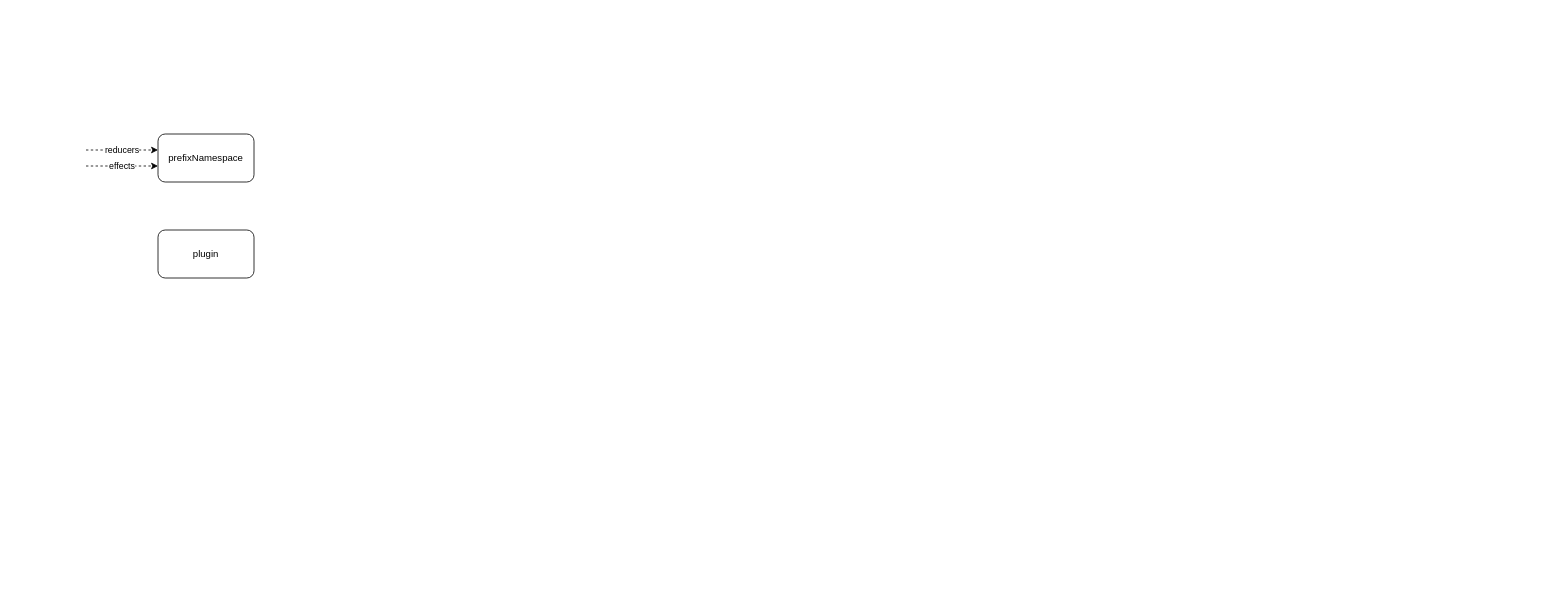
This is page "dva-index" (1 of 4) of background-flutter/other/dva.drawio from hexipei/draw.io, a draw.io file, before an edit. Source tidied: cells renumbered, new cells numbered last; positions are measured from the earlier drawing's top-left corner, leaving out a move shared by most shapes. Both pictures are drawn from the tidied source at 80%, with x=0, y=0 at pixel (86, 134).
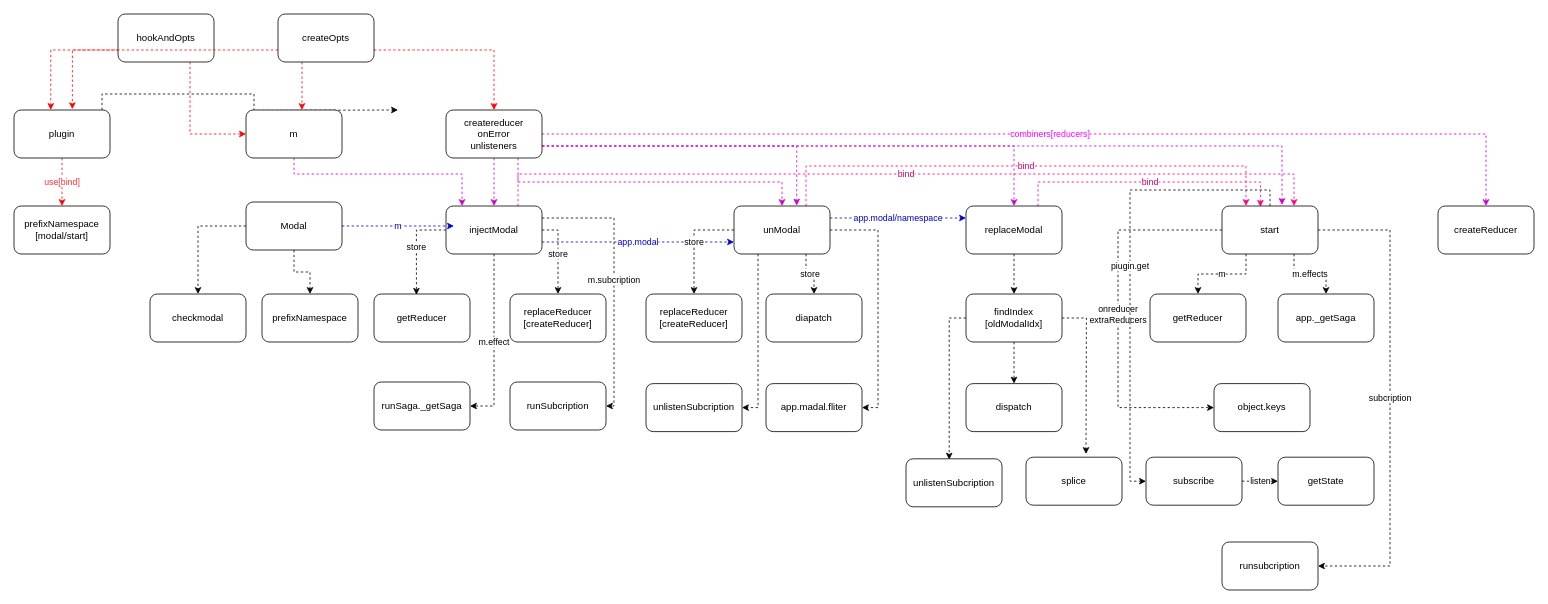
The same page after the edit.

The edit, as a diff of the source:
```diff
@@
+    <mxCell id="6" value="use[bind]" style="edgeStyle=orthogonalEdgeStyle;rounded=0;jettySize=auto;html=1;exitX=0.5;exitY=1;exitDx=0;exitDy=0;entryX=0.5;entryY=0;entryDx=0;entryDy=0;dashed=1;strokeColor=#FF0000;fontColor=#FF3333;" parent="1" edge="1" source="5" target="15">
+      <mxGeometry relative="1" as="geometry" />
+    </mxCell>
+    <mxCell id="7" style="edgeStyle=orthogonalEdgeStyle;rounded=0;jettySize=auto;html=1;exitX=0.917;exitY=0;exitDx=0;exitDy=0;entryX=0.25;entryY=0;entryDx=0;entryDy=0;dashed=1;exitPerimeter=0;" parent="1" edge="1" source="5">
+      <mxGeometry relative="1" as="geometry">
+        <mxPoint x="390" y="-30" as="targetPoint" />
+      </mxGeometry>
+    </mxCell>
+    <mxCell id="5" value="plugin" style="rounded=1;whiteSpace=wrap;html=1;" parent="1" vertex="1">
+      <mxGeometry x="-90" y="-30" width="120" height="60" as="geometry" />
+    </mxCell>
+    <mxCell id="8" style="edgeStyle=orthogonalEdgeStyle;rounded=0;jettySize=auto;html=1;exitX=0;exitY=0.75;exitDx=0;exitDy=0;entryX=0.383;entryY=0;entryDx=0;entryDy=0;entryPerimeter=0;dashed=1;fontColor=#FF3333;strokeColor=#FF0000;" parent="1" edge="1" source="10" target="5">
+      <mxGeometry relative="1" as="geometry" />
+    </mxCell>
+    <mxCell id="9" style="edgeStyle=orthogonalEdgeStyle;rounded=0;jettySize=auto;html=1;exitX=0.75;exitY=1;exitDx=0;exitDy=0;entryX=0;entryY=0.5;entryDx=0;entryDy=0;dashed=1;fontColor=#FF3333;strokeColor=#FF0000;" parent="1" edge="1" source="10" target="17">
+      <mxGeometry relative="1" as="geometry" />
+    </mxCell>
+    <mxCell id="10" value="hookAndOpts" style="rounded=1;whiteSpace=wrap;html=1;" parent="1" vertex="1">
+      <mxGeometry x="40" y="-150" width="120" height="60" as="geometry" />
+    </mxCell>
+    <mxCell id="11" style="edgeStyle=orthogonalEdgeStyle;rounded=0;jettySize=auto;html=1;exitX=0;exitY=0.75;exitDx=0;exitDy=0;entryX=0.608;entryY=-0.017;entryDx=0;entryDy=0;entryPerimeter=0;dashed=1;fontColor=#FF3333;strokeColor=#FF0000;" parent="1" edge="1" source="14" target="5">
+      <mxGeometry relative="1" as="geometry" />
+    </mxCell>
+    <mxCell id="12" style="edgeStyle=orthogonalEdgeStyle;rounded=0;jettySize=auto;html=1;exitX=0.25;exitY=1;exitDx=0;exitDy=0;entryX=0.583;entryY=0;entryDx=0;entryDy=0;entryPerimeter=0;dashed=1;fontColor=#FF3333;strokeColor=#FF0000;" parent="1" edge="1" source="14" target="17">
+      <mxGeometry relative="1" as="geometry" />
+    </mxCell>
+    <mxCell id="13" style="edgeStyle=orthogonalEdgeStyle;rounded=0;jettySize=auto;html=1;exitX=1;exitY=0.75;exitDx=0;exitDy=0;entryX=0.5;entryY=0;entryDx=0;entryDy=0;dashed=1;strokeColor=#FF0000;fontColor=#FF3333;" parent="1" edge="1" source="14" target="31">
+      <mxGeometry relative="1" as="geometry" />
+    </mxCell>
+    <mxCell id="14" value="createOpts" style="rounded=1;whiteSpace=wrap;html=1;" parent="1" vertex="1">
+      <mxGeometry x="240" y="-150" width="120" height="60" as="geometry" />
+    </mxCell>
+    <mxCell id="15" value="prefixNamespace&lt;br&gt;[modal/start]" style="rounded=1;whiteSpace=wrap;html=1;" parent="1" vertex="1">
+      <mxGeometry x="-90" y="90" width="120" height="60" as="geometry" />
+    </mxCell>
     <mxCell id="2" value="prefixNamespace" style="rounded=1;whiteSpace=wrap;html=1;" parent="1" vertex="1">
-      <mxGeometry x="90" width="120" height="60" as="geometry" />
+      <mxGeometry x="220" y="200" width="120" height="60" as="geometry" />
     </mxCell>
-    <mxCell id="3" value="reducers" style="endArrow=classic;html=1;dashed=1;" parent="1" edge="1">
-      <mxGeometry relative="1" as="geometry">
-        <mxPoint y="20" as="sourcePoint" />
-        <mxPoint x="90" y="20" as="targetPoint" />
-      </mxGeometry>
-    </mxCell>
-    <mxCell id="4" value="effects" style="endArrow=classic;html=1;dashed=1;" parent="1" edge="1">
-      <mxGeometry relative="1" as="geometry">
-        <mxPoint y="40" as="sourcePoint" />
-        <mxPoint x="90" y="40" as="targetPoint" />
-      </mxGeometry>
-    </mxCell>
-    <mxCell id="5" value="plugin" style="rounded=1;whiteSpace=wrap;html=1;" parent="1" vertex="1">
-      <mxGeometry x="90" y="120" width="120" height="60" as="geometry" />
-    </mxCell>
+    <mxCell id="16" style="edgeStyle=orthogonalEdgeStyle;rounded=0;jettySize=auto;html=1;exitX=0.5;exitY=1;exitDx=0;exitDy=0;entryX=0.167;entryY=0;entryDx=0;entryDy=0;entryPerimeter=0;dashed=1;fontColor=#FF00FF;strokeColor=#CC00CC;" parent="1" edge="1" source="17" target="24">
+      <mxGeometry relative="1" as="geometry">
+        <Array as="points">
+          <mxPoint x="260" y="50" />
+          <mxPoint x="470" y="50" />
+        </Array>
+      </mxGeometry>
+    </mxCell>
+    <mxCell id="17" value="m" style="rounded=1;whiteSpace=wrap;html=1;" parent="1" vertex="1">
+      <mxGeometry x="200" y="-30" width="120" height="60" as="geometry" />
+    </mxCell>
+    <mxCell id="18" value="store" style="edgeStyle=orthogonalEdgeStyle;rounded=0;jettySize=auto;html=1;exitX=0;exitY=0.5;exitDx=0;exitDy=0;entryX=0.442;entryY=0.017;entryDx=0;entryDy=0;entryPerimeter=0;dashed=1;" parent="1" edge="1" source="24" target="32">
+      <mxGeometry relative="1" as="geometry" />
+    </mxCell>
+    <mxCell id="19" value="store" style="edgeStyle=orthogonalEdgeStyle;rounded=0;jettySize=auto;html=1;exitX=1;exitY=0.5;exitDx=0;exitDy=0;entryX=0.5;entryY=0;entryDx=0;entryDy=0;dashed=1;" parent="1" edge="1" source="24" target="33">
+      <mxGeometry relative="1" as="geometry" />
+    </mxCell>
+    <mxCell id="20" value="m.effect" style="edgeStyle=orthogonalEdgeStyle;rounded=0;jettySize=auto;html=1;exitX=0.5;exitY=1;exitDx=0;exitDy=0;entryX=1;entryY=0.5;entryDx=0;entryDy=0;dashed=1;" parent="1" edge="1" source="24" target="34">
+      <mxGeometry relative="1" as="geometry">
+        <Array as="points">
+          <mxPoint x="510" y="340" />
+        </Array>
+      </mxGeometry>
+    </mxCell>
+    <mxCell id="21" value="m.subcription" style="edgeStyle=orthogonalEdgeStyle;rounded=0;jettySize=auto;html=1;dashed=1;entryX=1;entryY=0.5;entryDx=0;entryDy=0;exitX=1;exitY=0.25;exitDx=0;exitDy=0;" parent="1" edge="1" source="24" target="35">
+      <mxGeometry relative="1" as="geometry">
+        <Array as="points">
+          <mxPoint x="660" y="105" />
+          <mxPoint x="660" y="340" />
+        </Array>
+      </mxGeometry>
+    </mxCell>
+    <mxCell id="22" value="app.modal" style="edgeStyle=orthogonalEdgeStyle;rounded=0;jettySize=auto;html=1;exitX=1;exitY=0.75;exitDx=0;exitDy=0;entryX=0;entryY=0.75;entryDx=0;entryDy=0;dashed=1;strokeColor=#0000CC;fontColor=#0000CC;" parent="1" edge="1" source="24" target="41">
+      <mxGeometry relative="1" as="geometry" />
+    </mxCell>
+    <mxCell id="23" value="bind" style="edgeStyle=orthogonalEdgeStyle;rounded=0;jettySize=auto;html=1;exitX=0.75;exitY=0;exitDx=0;exitDy=0;entryX=0.75;entryY=0;entryDx=0;entryDy=0;dashed=1;strokeColor=#FF0080;fontColor=#CC0066;" parent="1" edge="1" source="24" target="67">
+      <mxGeometry relative="1" as="geometry">
+        <Array as="points">
+          <mxPoint x="540" y="50" />
+          <mxPoint x="1510" y="50" />
+        </Array>
+      </mxGeometry>
+    </mxCell>
+    <mxCell id="24" value="injectModal" style="rounded=1;whiteSpace=wrap;html=1;" parent="1" vertex="1">
+      <mxGeometry x="450" y="90" width="120" height="60" as="geometry" />
+    </mxCell>
+    <mxCell id="25" style="edgeStyle=orthogonalEdgeStyle;rounded=0;jettySize=auto;html=1;exitX=0.5;exitY=1;exitDx=0;exitDy=0;entryX=0.5;entryY=0;entryDx=0;entryDy=0;dashed=1;fontColor=#FF00FF;strokeColor=#CC00CC;" parent="1" edge="1" source="31" target="24">
+      <mxGeometry relative="1" as="geometry" />
+    </mxCell>
+    <mxCell id="26" style="edgeStyle=orthogonalEdgeStyle;rounded=0;jettySize=auto;html=1;exitX=0.75;exitY=1;exitDx=0;exitDy=0;dashed=1;fontColor=#FF00FF;strokeColor=#CC00CC;" parent="1" edge="1" source="31" target="41">
+      <mxGeometry relative="1" as="geometry" />
+    </mxCell>
+    <mxCell id="27" value="combiners[reducers]" style="edgeStyle=orthogonalEdgeStyle;rounded=0;jettySize=auto;html=1;exitX=1;exitY=0.5;exitDx=0;exitDy=0;dashed=1;fontColor=#FF00FF;strokeColor=#CC00CC;" parent="1" edge="1" source="31" target="75">
+      <mxGeometry relative="1" as="geometry" />
+    </mxCell>
+    <mxCell id="28" style="edgeStyle=orthogonalEdgeStyle;rounded=0;jettySize=auto;html=1;exitX=1;exitY=0.75;exitDx=0;exitDy=0;entryX=0.653;entryY=-0.008;entryDx=0;entryDy=0;entryPerimeter=0;dashed=1;strokeColor=#CC00CC;fontColor=#FF00FF;" parent="1" edge="1" source="31" target="41">
+      <mxGeometry relative="1" as="geometry" />
+    </mxCell>
+    <mxCell id="29" style="edgeStyle=orthogonalEdgeStyle;rounded=0;jettySize=auto;html=1;exitX=1;exitY=0.75;exitDx=0;exitDy=0;entryX=0.5;entryY=0;entryDx=0;entryDy=0;dashed=1;strokeColor=#CC00CC;fontColor=#FF00FF;" parent="1" edge="1" source="31" target="49">
+      <mxGeometry relative="1" as="geometry" />
+    </mxCell>
+    <mxCell id="30" style="edgeStyle=orthogonalEdgeStyle;rounded=0;jettySize=auto;html=1;exitX=1;exitY=0.75;exitDx=0;exitDy=0;entryX=0.625;entryY=-0.022;entryDx=0;entryDy=0;entryPerimeter=0;dashed=1;strokeColor=#CC00CC;fontColor=#FF00FF;" parent="1" edge="1" source="31" target="67">
+      <mxGeometry relative="1" as="geometry" />
+    </mxCell>
+    <mxCell id="31" value="createreducer&lt;br&gt;onError&lt;br&gt;unlisteners" style="rounded=1;whiteSpace=wrap;html=1;" parent="1" vertex="1">
+      <mxGeometry x="450" y="-30" width="120" height="60" as="geometry" />
+    </mxCell>
+    <mxCell id="32" value="getReducer" style="rounded=1;whiteSpace=wrap;html=1;" parent="1" vertex="1">
+      <mxGeometry x="360" y="200" width="120" height="60" as="geometry" />
+    </mxCell>
+    <mxCell id="33" value="replaceReducer&lt;br&gt;[createReducer]" style="rounded=1;whiteSpace=wrap;html=1;" parent="1" vertex="1">
+      <mxGeometry x="530" y="200" width="120" height="60" as="geometry" />
+    </mxCell>
+    <mxCell id="34" value="runSaga._getSaga" style="rounded=1;whiteSpace=wrap;html=1;" parent="1" vertex="1">
+      <mxGeometry x="360" y="310" width="120" height="60" as="geometry" />
+    </mxCell>
+    <mxCell id="35" value="runSubcription" style="rounded=1;whiteSpace=wrap;html=1;" parent="1" vertex="1">
+      <mxGeometry x="530" y="310" width="120" height="60" as="geometry" />
+    </mxCell>
+    <mxCell id="36" value="store" style="edgeStyle=orthogonalEdgeStyle;rounded=0;jettySize=auto;html=1;exitX=0.75;exitY=1;exitDx=0;exitDy=0;entryX=0.5;entryY=0;entryDx=0;entryDy=0;dashed=1;" parent="1" edge="1" source="41" target="44">
+      <mxGeometry relative="1" as="geometry" />
+    </mxCell>
+    <mxCell id="37" style="edgeStyle=orthogonalEdgeStyle;rounded=0;jettySize=auto;html=1;exitX=0.25;exitY=1;exitDx=0;exitDy=0;entryX=1;entryY=0.5;entryDx=0;entryDy=0;dashed=1;" parent="1" edge="1" source="41" target="45">
+      <mxGeometry relative="1" as="geometry" />
+    </mxCell>
+    <mxCell id="38" style="edgeStyle=orthogonalEdgeStyle;rounded=0;jettySize=auto;html=1;exitX=1;exitY=0.5;exitDx=0;exitDy=0;entryX=1;entryY=0.5;entryDx=0;entryDy=0;dashed=1;" parent="1" edge="1" source="41" target="46">
+      <mxGeometry relative="1" as="geometry" />
+    </mxCell>
+    <mxCell id="39" value="app.modal/namespace" style="edgeStyle=orthogonalEdgeStyle;rounded=0;jettySize=auto;html=1;exitX=1;exitY=0.25;exitDx=0;exitDy=0;entryX=0;entryY=0.25;entryDx=0;entryDy=0;dashed=1;strokeColor=#0000CC;fontColor=#0000CC;" parent="1" edge="1" source="41" target="49">
+      <mxGeometry relative="1" as="geometry" />
+    </mxCell>
+    <mxCell id="40" value="bind" style="edgeStyle=orthogonalEdgeStyle;rounded=0;jettySize=auto;html=1;exitX=0.75;exitY=0;exitDx=0;exitDy=0;entryX=0.25;entryY=0;entryDx=0;entryDy=0;dashed=1;strokeColor=#FF0080;fontColor=#CC0066;" parent="1" edge="1" source="41" target="67">
+      <mxGeometry relative="1" as="geometry">
+        <Array as="points">
+          <mxPoint x="900" y="40" />
+          <mxPoint x="1450" y="40" />
+        </Array>
+      </mxGeometry>
+    </mxCell>
+    <mxCell id="41" value="unModal" style="rounded=1;whiteSpace=wrap;html=1;" parent="1" vertex="1">
+      <mxGeometry x="810" y="90" width="120" height="60" as="geometry" />
+    </mxCell>
+    <mxCell id="42" value="store" style="edgeStyle=orthogonalEdgeStyle;rounded=0;jettySize=auto;html=1;exitX=0;exitY=0.5;exitDx=0;exitDy=0;entryX=0.5;entryY=0;entryDx=0;entryDy=0;dashed=1;" parent="1" edge="1" source="41" target="43">
+      <mxGeometry relative="1" as="geometry" />
+    </mxCell>
+    <mxCell id="43" value="replaceReducer&lt;br&gt;[createReducer]" style="rounded=1;whiteSpace=wrap;html=1;" parent="1" vertex="1">
+      <mxGeometry x="700" y="200" width="120" height="60" as="geometry" />
+    </mxCell>
+    <mxCell id="44" value="diapatch" style="rounded=1;whiteSpace=wrap;html=1;" parent="1" vertex="1">
+      <mxGeometry x="850" y="200" width="120" height="60" as="geometry" />
+    </mxCell>
+    <mxCell id="45" value="unlistenSubcription" style="rounded=1;whiteSpace=wrap;html=1;" parent="1" vertex="1">
+      <mxGeometry x="700" y="312" width="120" height="60" as="geometry" />
+    </mxCell>
+    <mxCell id="46" value="app.madal.fliter" style="rounded=1;whiteSpace=wrap;html=1;" parent="1" vertex="1">
+      <mxGeometry x="850" y="312" width="120" height="60" as="geometry" />
+    </mxCell>
+    <mxCell id="47" style="edgeStyle=orthogonalEdgeStyle;rounded=0;jettySize=auto;html=1;exitX=0.5;exitY=1;exitDx=0;exitDy=0;entryX=0.5;entryY=0;entryDx=0;entryDy=0;dashed=1;" parent="1" edge="1" source="49" target="53">
+      <mxGeometry relative="1" as="geometry" />
+    </mxCell>
+    <mxCell id="48" value="bind" style="edgeStyle=orthogonalEdgeStyle;rounded=0;jettySize=auto;html=1;exitX=0.75;exitY=0;exitDx=0;exitDy=0;entryX=0.4;entryY=0.017;entryDx=0;entryDy=0;entryPerimeter=0;dashed=1;strokeColor=#FF0080;fontColor=#CC0066;" parent="1" edge="1" source="49" target="67">
+      <mxGeometry relative="1" as="geometry">
+        <Array as="points">
+          <mxPoint x="1190" y="60" />
+          <mxPoint x="1468" y="60" />
+        </Array>
+      </mxGeometry>
+    </mxCell>
+    <mxCell id="49" value="replaceModal" style="rounded=1;whiteSpace=wrap;html=1;" parent="1" vertex="1">
+      <mxGeometry x="1100" y="90" width="120" height="60" as="geometry" />
+    </mxCell>
+    <mxCell id="50" style="edgeStyle=orthogonalEdgeStyle;rounded=0;jettySize=auto;html=1;exitX=0.5;exitY=1;exitDx=0;exitDy=0;entryX=0.5;entryY=0;entryDx=0;entryDy=0;dashed=1;" parent="1" edge="1" source="53" target="61">
+      <mxGeometry relative="1" as="geometry" />
+    </mxCell>
+    <mxCell id="51" style="edgeStyle=orthogonalEdgeStyle;rounded=0;jettySize=auto;html=1;exitX=0;exitY=0.5;exitDx=0;exitDy=0;entryX=0.45;entryY=0.017;entryDx=0;entryDy=0;entryPerimeter=0;dashed=1;" parent="1" edge="1" source="53" target="59">
+      <mxGeometry relative="1" as="geometry" />
+    </mxCell>
+    <mxCell id="52" style="edgeStyle=orthogonalEdgeStyle;rounded=0;jettySize=auto;html=1;exitX=1;exitY=0.5;exitDx=0;exitDy=0;dashed=1;" parent="1" edge="1" source="53">
+      <mxGeometry relative="1" as="geometry">
+        <mxPoint x="1250" y="400" as="targetPoint" />
+      </mxGeometry>
+    </mxCell>
+    <mxCell id="53" value="findIndex&lt;br&gt;[oldModalIdx]" style="rounded=1;whiteSpace=wrap;html=1;" parent="1" vertex="1">
+      <mxGeometry x="1100" y="200" width="120" height="60" as="geometry" />
+    </mxCell>
+    <mxCell id="54" style="edgeStyle=orthogonalEdgeStyle;rounded=0;jettySize=auto;html=1;exitX=0;exitY=0.5;exitDx=0;exitDy=0;entryX=0.5;entryY=0;entryDx=0;entryDy=0;dashed=1;" parent="1" edge="1" source="57" target="58">
+      <mxGeometry relative="1" as="geometry" />
+    </mxCell>
+    <mxCell id="55" style="edgeStyle=orthogonalEdgeStyle;rounded=0;jettySize=auto;html=1;exitX=0.5;exitY=1;exitDx=0;exitDy=0;entryX=0.5;entryY=0;entryDx=0;entryDy=0;dashed=1;" parent="1" edge="1" source="57" target="2">
+      <mxGeometry relative="1" as="geometry" />
+    </mxCell>
+    <mxCell id="56" value="m" style="edgeStyle=orthogonalEdgeStyle;rounded=0;jettySize=auto;html=1;exitX=1;exitY=0.5;exitDx=0;exitDy=0;entryX=0.083;entryY=0.417;entryDx=0;entryDy=0;entryPerimeter=0;dashed=1;fontColor=#0000CC;strokeColor=#0000CC;" parent="1" edge="1" source="57" target="24">
+      <mxGeometry relative="1" as="geometry" />
+    </mxCell>
+    <mxCell id="57" value="Modal" style="rounded=1;whiteSpace=wrap;html=1;" parent="1" vertex="1">
+      <mxGeometry x="200" y="85" width="120" height="60" as="geometry" />
+    </mxCell>
+    <mxCell id="58" value="checkmodal" style="rounded=1;whiteSpace=wrap;html=1;" parent="1" vertex="1">
+      <mxGeometry x="80" y="200" width="120" height="60" as="geometry" />
+    </mxCell>
+    <mxCell id="59" value="unlistenSubcription" style="rounded=1;whiteSpace=wrap;html=1;" parent="1" vertex="1">
+      <mxGeometry x="1025" y="406" width="120" height="60" as="geometry" />
+    </mxCell>
+    <mxCell id="60" value="splice" style="rounded=1;whiteSpace=wrap;html=1;" parent="1" vertex="1">
+      <mxGeometry x="1175" y="404" width="120" height="60" as="geometry" />
+    </mxCell>
+    <mxCell id="61" value="dispatch" style="rounded=1;whiteSpace=wrap;html=1;" parent="1" vertex="1">
+      <mxGeometry x="1100" y="312" width="120" height="60" as="geometry" />
+    </mxCell>
+    <mxCell id="62" value="m" style="edgeStyle=orthogonalEdgeStyle;rounded=0;jettySize=auto;html=1;exitX=0.25;exitY=1;exitDx=0;exitDy=0;entryX=0.5;entryY=0;entryDx=0;entryDy=0;dashed=1;" parent="1" edge="1" source="67" target="68">
+      <mxGeometry relative="1" as="geometry" />
+    </mxCell>
+    <mxCell id="63" value="m.effects" style="edgeStyle=orthogonalEdgeStyle;rounded=0;jettySize=auto;html=1;exitX=0.75;exitY=1;exitDx=0;exitDy=0;entryX=0.5;entryY=0;entryDx=0;entryDy=0;dashed=1;" parent="1" edge="1" source="67" target="69">
+      <mxGeometry relative="1" as="geometry" />
+    </mxCell>
+    <mxCell id="64" value="onreducer&lt;br&gt;extraReducers" style="edgeStyle=orthogonalEdgeStyle;rounded=0;jettySize=auto;html=1;exitX=0;exitY=0.5;exitDx=0;exitDy=0;dashed=1;entryX=0;entryY=0.5;entryDx=0;entryDy=0;" parent="1" edge="1" source="67" target="70">
+      <mxGeometry relative="1" as="geometry">
+        <Array as="points">
+          <mxPoint x="1290" y="120" />
+          <mxPoint x="1290" y="342" />
+        </Array>
+      </mxGeometry>
+    </mxCell>
+    <mxCell id="65" value="piugin.get" style="edgeStyle=orthogonalEdgeStyle;rounded=0;jettySize=auto;html=1;exitX=0.5;exitY=0;exitDx=0;exitDy=0;entryX=0;entryY=0.5;entryDx=0;entryDy=0;dashed=1;" parent="1" edge="1" source="67" target="72">
+      <mxGeometry relative="1" as="geometry" />
+    </mxCell>
+    <mxCell id="66" value="subcription" style="edgeStyle=orthogonalEdgeStyle;rounded=0;jettySize=auto;html=1;exitX=1;exitY=0.5;exitDx=0;exitDy=0;entryX=1;entryY=0.5;entryDx=0;entryDy=0;dashed=1;" parent="1" edge="1" source="67" target="74">
+      <mxGeometry relative="1" as="geometry">
+        <Array as="points">
+          <mxPoint x="1630" y="120" />
+          <mxPoint x="1630" y="540" />
+        </Array>
+      </mxGeometry>
+    </mxCell>
+    <mxCell id="67" value="start" style="rounded=1;whiteSpace=wrap;html=1;" parent="1" vertex="1">
+      <mxGeometry x="1420" y="90" width="120" height="60" as="geometry" />
+    </mxCell>
+    <mxCell id="68" value="getReducer" style="rounded=1;whiteSpace=wrap;html=1;" parent="1" vertex="1">
+      <mxGeometry x="1330" y="200" width="120" height="60" as="geometry" />
+    </mxCell>
+    <mxCell id="69" value="app._getSaga" style="rounded=1;whiteSpace=wrap;html=1;" parent="1" vertex="1">
+      <mxGeometry x="1490" y="200" width="120" height="60" as="geometry" />
+    </mxCell>
+    <mxCell id="70" value="object.keys" style="rounded=1;whiteSpace=wrap;html=1;" parent="1" vertex="1">
+      <mxGeometry x="1410" y="312" width="120" height="60" as="geometry" />
+    </mxCell>
+    <mxCell id="71" value="listen" style="edgeStyle=orthogonalEdgeStyle;rounded=0;jettySize=auto;html=1;exitX=1;exitY=0.5;exitDx=0;exitDy=0;entryX=0;entryY=0.5;entryDx=0;entryDy=0;dashed=1;" parent="1" edge="1" source="72" target="73">
+      <mxGeometry relative="1" as="geometry" />
+    </mxCell>
+    <mxCell id="72" value="subscribe" style="rounded=1;whiteSpace=wrap;html=1;" parent="1" vertex="1">
+      <mxGeometry x="1325" y="404" width="120" height="60" as="geometry" />
+    </mxCell>
+    <mxCell id="73" value="getState" style="rounded=1;whiteSpace=wrap;html=1;" parent="1" vertex="1">
+      <mxGeometry x="1490" y="404" width="120" height="60" as="geometry" />
+    </mxCell>
+    <mxCell id="74" value="runsubcription" style="rounded=1;whiteSpace=wrap;html=1;" parent="1" vertex="1">
+      <mxGeometry x="1420" y="510" width="120" height="60" as="geometry" />
+    </mxCell>
+    <mxCell id="75" value="createReducer" style="rounded=1;whiteSpace=wrap;html=1;" parent="1" vertex="1">
+      <mxGeometry x="1690" y="90" width="120" height="60" as="geometry" />
+    </mxCell>
```
